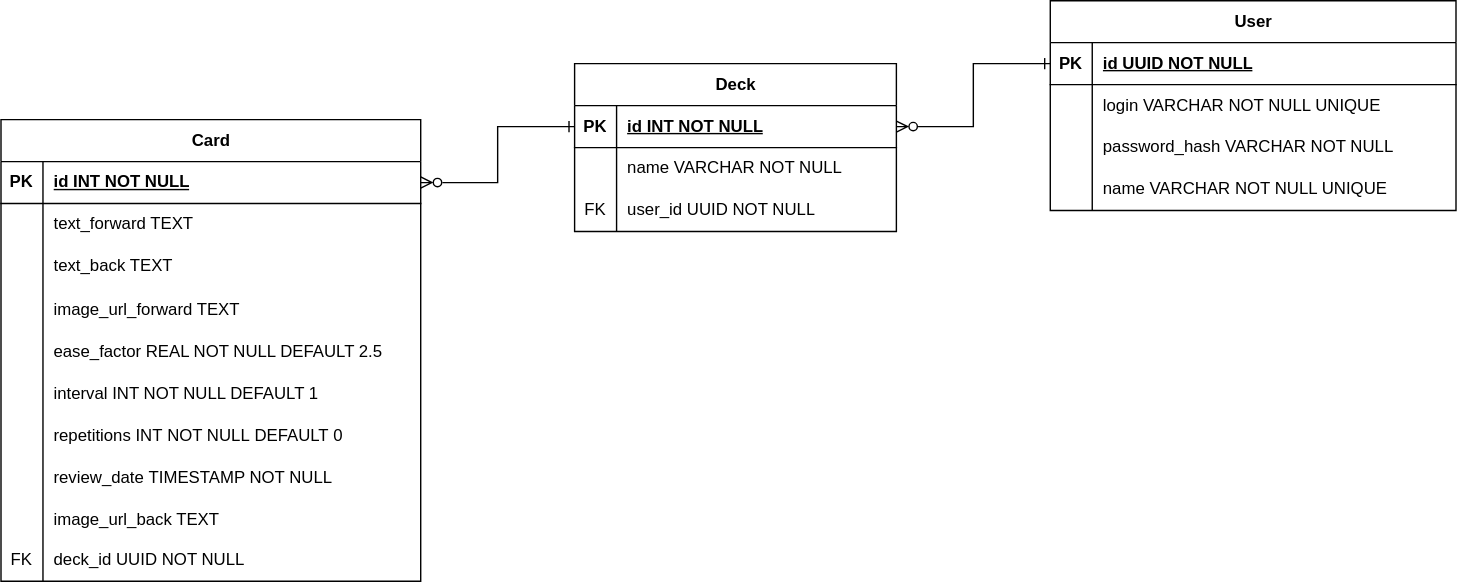
Earlier version of the draw.io export api/docs/db-diagram.drawio.svg (philippOkie/fleshcards-app). Source tidied: cells renumbered, new cells last; positions are measured from the earlier drawing's top-left corner, leaving out a move shared by most shapes.
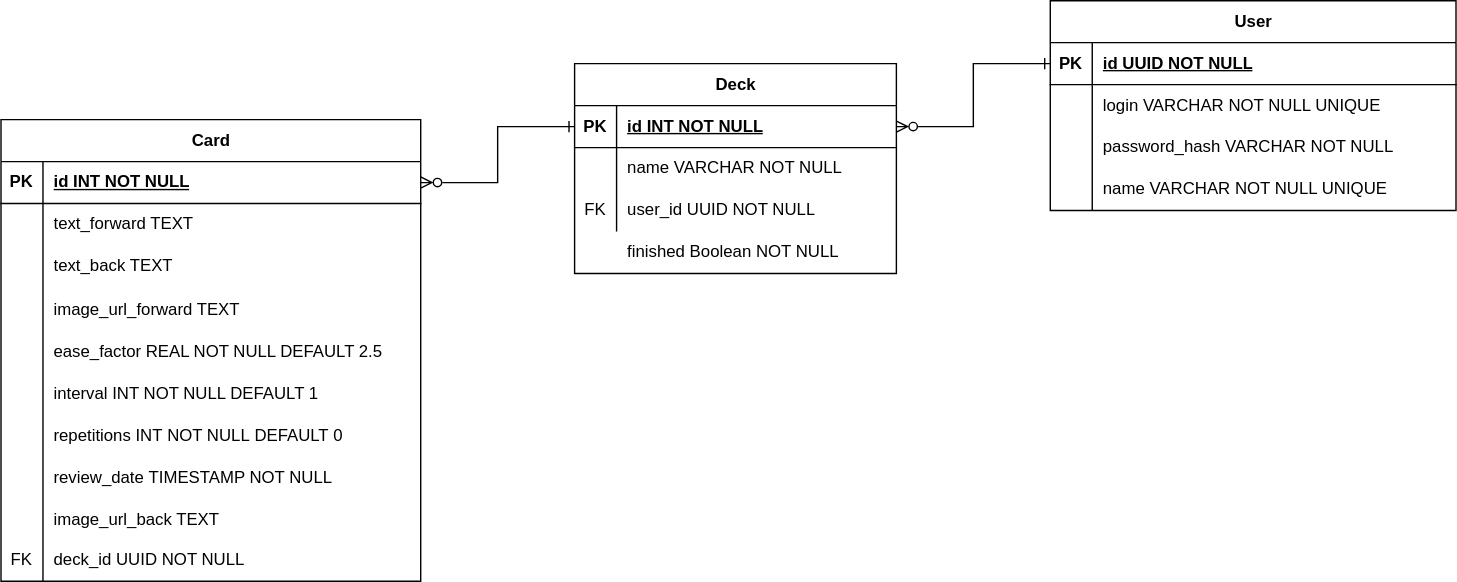
After the commit.

Commit message:
added column finished in deck table

Change to the diagram source:
```diff
@@ -96,7 +96,7 @@
       <mxGeometry x="30" width="270" height="30" as="geometry" />
     </mxCell>
     <mxCell id="33" value="Deck" style="shape=table;startSize=30;rowLines=0;fontStyle=1;align=center;html=1;" parent="1" vertex="1">
-      <mxGeometry x="410" y="45" width="230" height="120" as="geometry" />
+      <mxGeometry x="410" y="45" width="230" height="150" as="geometry" />
     </mxCell>
     <mxCell id="34" style="shape=tableRow;horizontal=0;startSize=0;swimlaneHead=0;swimlaneBody=0;fillColor=none;points=[[0,0.5],[1,0.5]];portConstraint=eastwest;top=0;left=0;right=0;bottom=1;" parent="33" vertex="1">
       <mxGeometry y="30" width="230" height="30" as="geometry" />
@@ -170,5 +170,14 @@
     <mxCell id="57" style="edgeStyle=orthogonalEdgeStyle;rounded=0;jettySize=auto;html=1;exitX=1;exitY=0.5;exitDx=0;exitDy=0;entryX=0;entryY=0.5;entryDx=0;entryDy=0;endArrow=ERone;endFill=0;startArrow=ERzeroToMany;startFill=0;" parent="1" edge="1" source="34" target="44">
       <mxGeometry relative="1" as="geometry" />
     </mxCell>
+    <mxCell id="58" style="shape=tableRow;horizontal=0;startSize=0;swimlaneHead=0;swimlaneBody=0;fillColor=none;top=0;left=0;right=0;bottom=0;" parent="1" vertex="1">
+      <mxGeometry x="410" y="165" width="230" height="30" as="geometry" />
+    </mxCell>
+    <mxCell id="59" style="shape=partialRectangle;fillColor=none;top=0;left=0;bottom=0;right=0;overflow=hidden;whiteSpace=wrap;html=1;" parent="58" vertex="1">
+      <mxGeometry width="30" height="30" as="geometry" />
+    </mxCell>
+    <mxCell id="60" value="finished Boolean&lt;span style=&quot;background-color: initial;&quot;&gt;&amp;nbsp;NOT NULL&lt;/span&gt;" style="shape=partialRectangle;fillColor=none;top=0;left=0;bottom=0;right=0;align=left;spacingLeft=6;overflow=hidden;whiteSpace=wrap;html=1;" parent="58" vertex="1">
+      <mxGeometry x="30" width="200" height="30" as="geometry" />
+    </mxCell>
   </root>
 </mxGraphModel>
```
